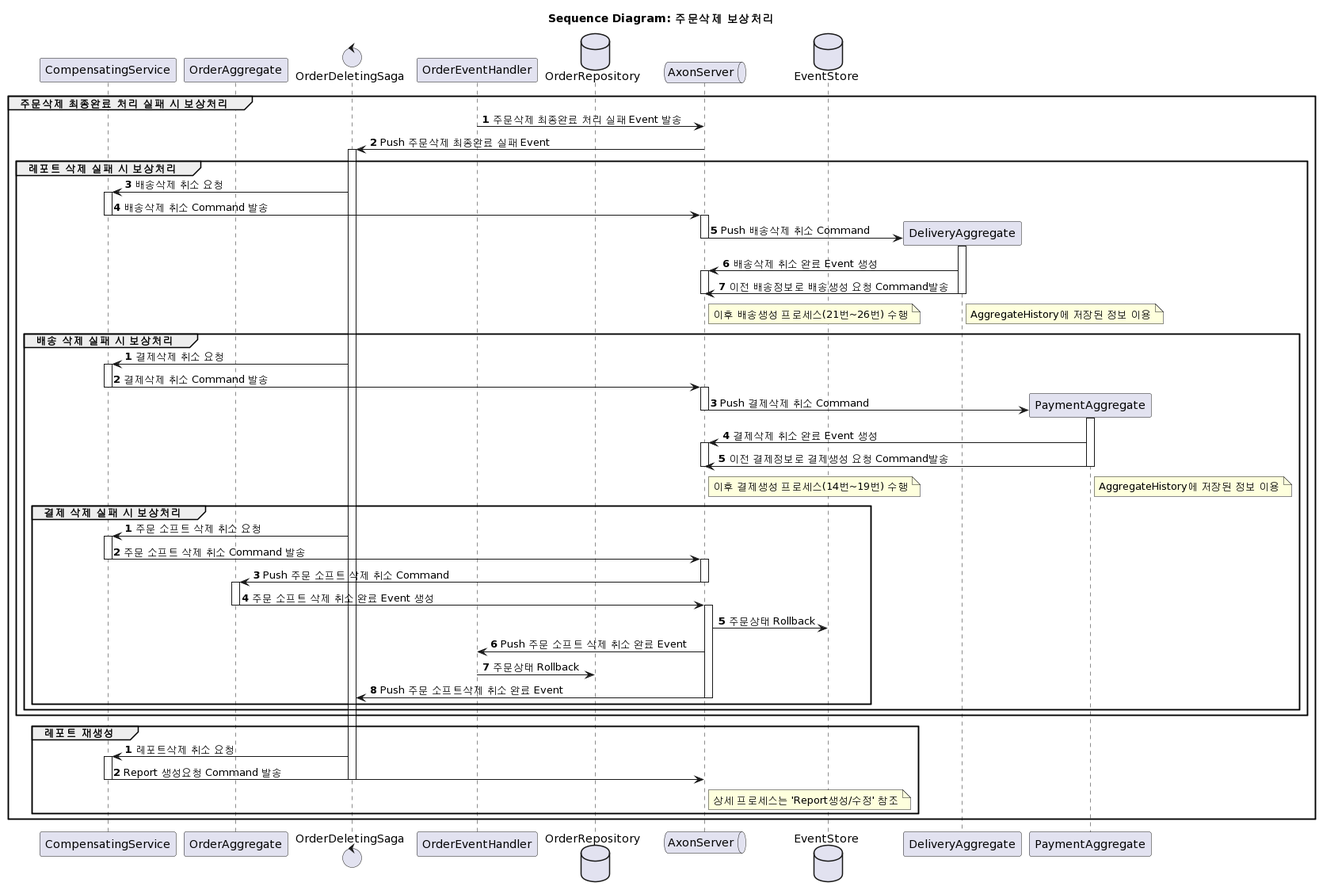
Before: doc/uml/sequence/seq_delete_fail.png, a diagram exported from PlantUML (happykubepia/agilemall-axon). Source of this version:
```plantuml
@startuml


title Sequence Diagram: 주문삭제 보상처리

participant CompensatingService
participant OrderAggregate
control OrderDeletingSaga
participant OrderEventHandler
database OrderRepository
queue AxonServer
database EventStore

autonumber

group 주문삭제 최종완료 처리 실패 시 보상처리
OrderEventHandler -> AxonServer: 주문삭제 최종완료 처리 실패 Event 발송
AxonServer -> OrderDeletingSaga --++: Push 주문삭제 최종완료 실패 Event

group 레포트 삭제 실패 시 보상처리
OrderDeletingSaga -> CompensatingService ++: 배송삭제 취소 요청
CompensatingService -> AxonServer --++: 배송삭제 취소 Command 발송

create participant DeliveryAggregate
AxonServer -> DeliveryAggregate --++: Push 배송삭제 취소 Command
DeliveryAggregate -> AxonServer ++: 배송삭제 취소 완료 Event 생성
DeliveryAggregate -> AxonServer --: 이전 배송정보로 배송생성 요청 Command발송
note right of DeliveryAggregate: AggregateHistory에 저장된 정보 이용
/ note right of AxonServer: 이후 배송생성 프로세스(21번~26번) 수행
AxonServer --
autonumber stop
autonumber
group 배송 삭제 실패 시 보상처리
OrderDeletingSaga -> CompensatingService ++: 결제삭제 취소 요청
CompensatingService -> AxonServer --++: 결제삭제 취소 Command 발송
create participant PaymentAggregate
AxonServer -> PaymentAggregate --++: Push 결제삭제 취소 Command
PaymentAggregate -> AxonServer ++: 결제삭제 취소 완료 Event 생성
PaymentAggregate -> AxonServer --: 이전 결제정보로 결제생성 요청 Command발송
note right of PaymentAggregate: AggregateHistory에 저장된 정보 이용
/ note right of AxonServer: 이후 결제생성 프로세스(14번~19번) 수행
AxonServer --

autonumber stop
autonumber
group 결제 삭제 실패 시 보상처리
OrderDeletingSaga -> CompensatingService ++: 주문 소프트 삭제 취소 요청
CompensatingService -> AxonServer --++: 주문 소프트 삭제 취소 Command 발송
AxonServer -> OrderAggregate --++: Push 주문 소프트 삭제 취소 Command
OrderAggregate -> AxonServer --++: 주문 소프트 삭제 취소 완료 Event 생성
AxonServer++
AxonServer -> EventStore: 주문상태 Rollback
AxonServer -> OrderEventHandler: Push 주문 소프트 삭제 취소 완료 Event
OrderEventHandler -> OrderRepository: 주문상태 Rollback
AxonServer -> OrderDeletingSaga --: Push 주문 소프트삭제 취소 완료 Event
AxonServer --
end
end
end

group 레포트 재생성
autonumber stop
autonumber
OrderDeletingSaga -> CompensatingService ++: 레포트삭제 취소 요청
CompensatingService -> AxonServer: Report 생성요청 Command 발송
note right of AxonServer: 상세 프로세스는 'Report생성/수정' 참조
CompensatingService --
OrderDeletingSaga --
end

end
@enduml
```
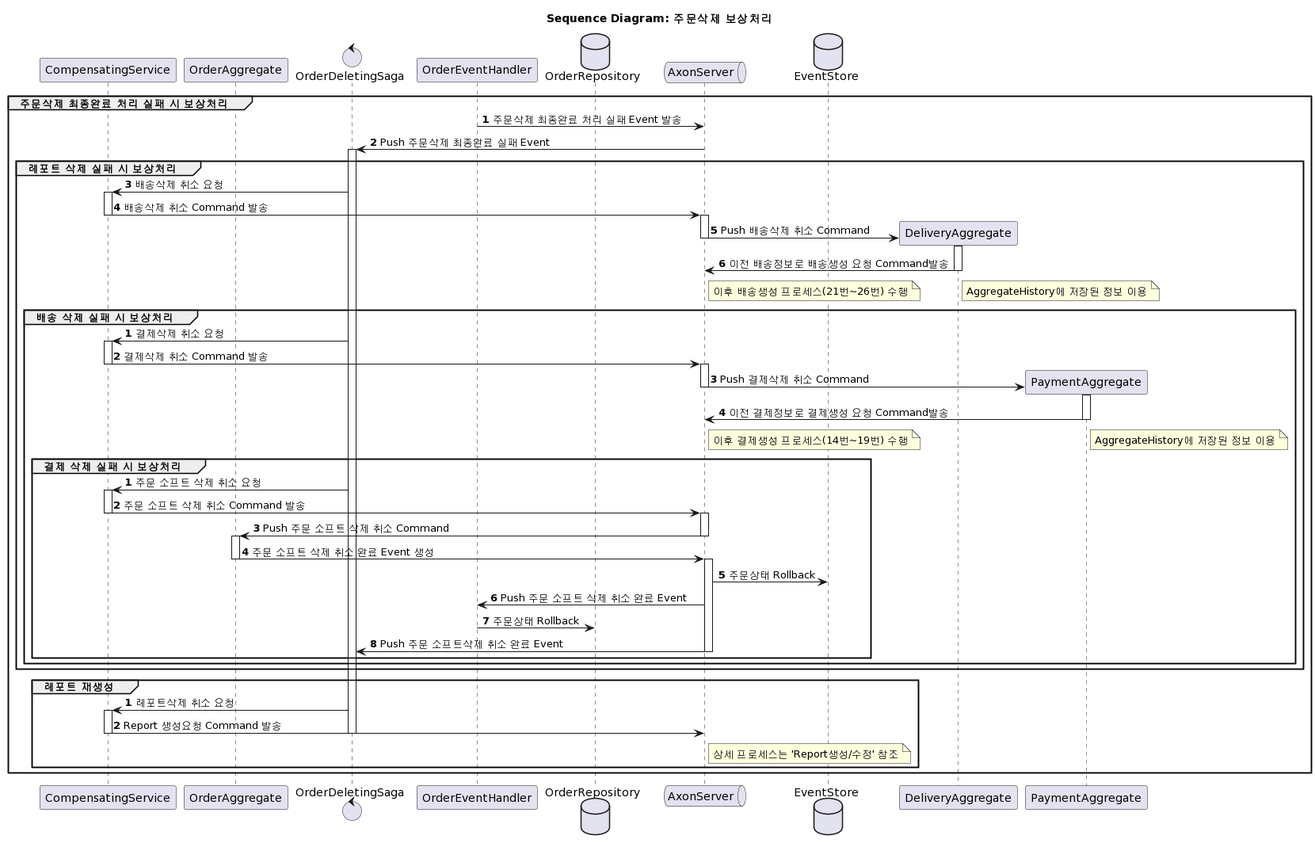
Later version of the same file.

Commit message:
change delete  sequence diagram

What changed in the source:
```diff
@@ -23,7 +23,6 @@
 
 create participant DeliveryAggregate
 AxonServer -> DeliveryAggregate --++: Push 배송삭제 취소 Command
-DeliveryAggregate -> AxonServer ++: 배송삭제 취소 완료 Event 생성
 DeliveryAggregate -> AxonServer --: 이전 배송정보로 배송생성 요청 Command발송
 note right of DeliveryAggregate: AggregateHistory에 저장된 정보 이용
 / note right of AxonServer: 이후 배송생성 프로세스(21번~26번) 수행
@@ -35,7 +34,6 @@
 CompensatingService -> AxonServer --++: 결제삭제 취소 Command 발송
 create participant PaymentAggregate
 AxonServer -> PaymentAggregate --++: Push 결제삭제 취소 Command
-PaymentAggregate -> AxonServer ++: 결제삭제 취소 완료 Event 생성
 PaymentAggregate -> AxonServer --: 이전 결제정보로 결제생성 요청 Command발송
 note right of PaymentAggregate: AggregateHistory에 저장된 정보 이용
 / note right of AxonServer: 이후 결제생성 프로세스(14번~19번) 수행
```
